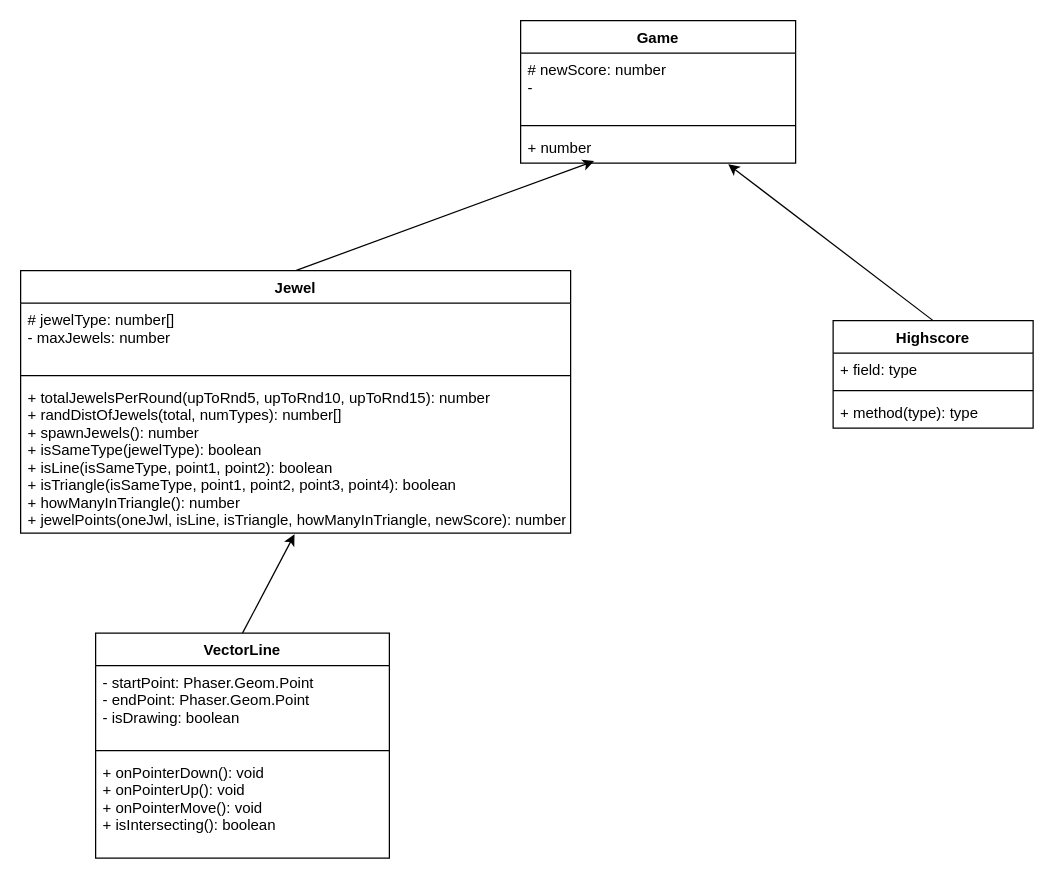
Earlier version of the draw.io diagram design/class-diagram.drawio (sam-corbett/ICS4U-Final-Project-Sam). Source tidied: cells renumbered, new cells numbered last; positions are measured from the earlier drawing's top-left corner, leaving out a move shared by most shapes. Both pictures are drawn from the tidied source at 125%, with x=0, y=0 at pixel (20, 20).
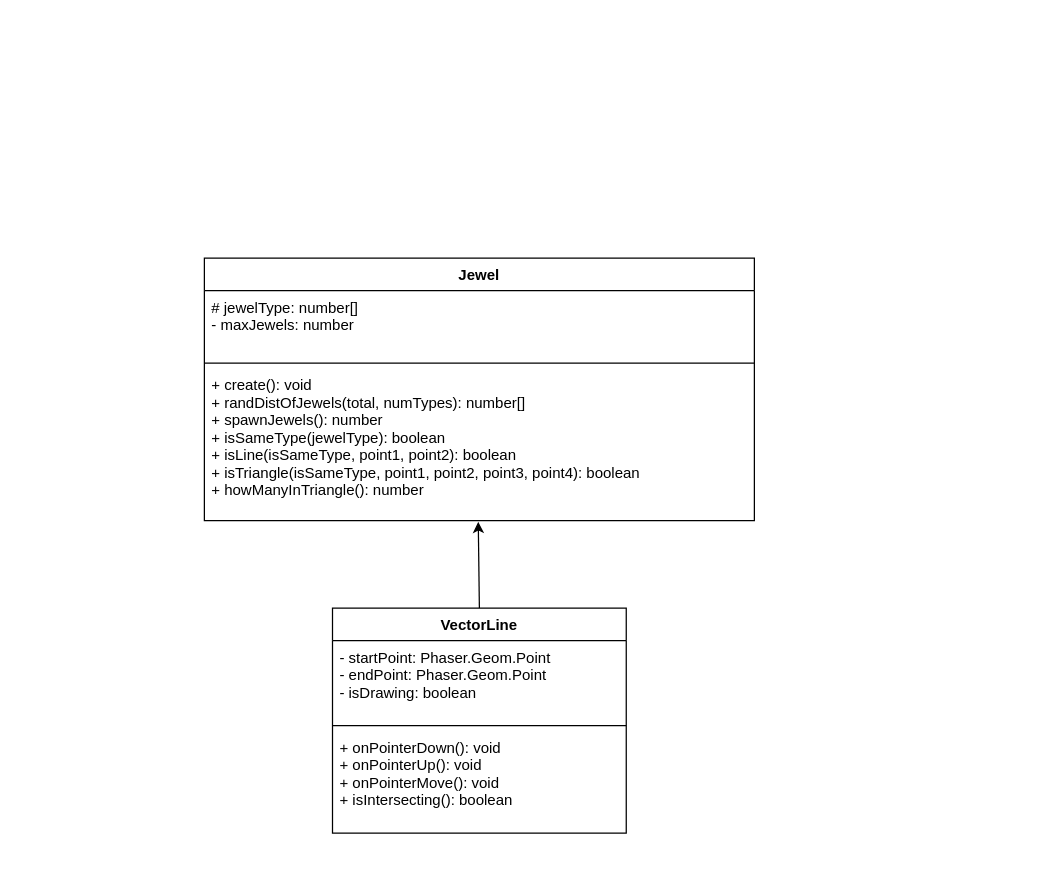
Above is the later version.

The edit, as a diff of the source:
```diff
@@
-    <mxCell id="2" style="edgeStyle=none;html=1;exitX=0.5;exitY=0;exitDx=0;exitDy=0;entryX=0.267;entryY=0.938;entryDx=0;entryDy=0;entryPerimeter=0;" parent="1" edge="1" source="3" target="10">
-      <mxGeometry relative="1" as="geometry" />
-    </mxCell>
     <mxCell id="3" value="Jewel" style="swimlane;fontStyle=1;align=center;verticalAlign=top;horizontal=1;startSize=26;" parent="1" vertex="1">
-      <mxGeometry y="200" width="440" height="210" as="geometry" />
+      <mxGeometry x="147" y="190" width="440" height="210" as="geometry" />
     </mxCell>
@@
-    <mxCell id="6" value="+ totalJewelsPerRound(upToRnd5, upToRnd10, upToRnd15): number&#10;+ randDistOfJewels(total, numTypes): number[]&#10;+ spawnJewels(): number&#10;+ isSameType(jewelType): boolean&#10;+ isLine(isSameType, point1, point2): boolean&#10;+ isTriangle(isSameType, point1, point2, point3, point4): boolean&#10;+ howManyInTriangle(): number&#10;+ jewelPoints(oneJwl, isLine, isTriangle, howManyInTriangle, newScore): number" style="text;strokeColor=none;fillColor=none;align=left;verticalAlign=top;spacingLeft=4;spacingRight=4;overflow=hidden;points=[[0,0.5],[1,0.5]];portConstraint=eastwest;" parent="3" vertex="1">
+    <mxCell id="6" value="+ create(): void&#10;+ randDistOfJewels(total, numTypes): number[]&#10;+ spawnJewels(): number&#10;+ isSameType(jewelType): boolean&#10;+ isLine(isSameType, point1, point2): boolean&#10;+ isTriangle(isSameType, point1, point2, point3, point4): boolean&#10;+ howManyInTriangle(): number" style="text;strokeColor=none;fillColor=none;align=left;verticalAlign=top;spacingLeft=4;spacingRight=4;overflow=hidden;points=[[0,0.5],[1,0.5]];portConstraint=eastwest;" parent="3" vertex="1">
       <mxGeometry y="88" width="440" height="122" as="geometry" />
     </mxCell>
-    <mxCell id="7" value="Game" style="swimlane;fontStyle=1;align=center;verticalAlign=top;horizontal=1;startSize=26;" parent="1" vertex="1">
-      <mxGeometry x="400" width="220" height="114" as="geometry" />
-    </mxCell>
-    <mxCell id="8" value="# newScore: number&#10;-" style="text;strokeColor=none;fillColor=none;align=left;verticalAlign=top;spacingLeft=4;spacingRight=4;overflow=hidden;" parent="7" vertex="1">
-      <mxGeometry y="26" width="220" height="54" as="geometry" />
-    </mxCell>
-    <mxCell id="9" style="line;strokeWidth=1;fillColor=none;align=left;verticalAlign=middle;spacingTop=-1;spacingLeft=3;spacingRight=3;labelPosition=right;strokeColor=inherit;" parent="7" vertex="1">
-      <mxGeometry y="80" width="220" height="8" as="geometry" />
-    </mxCell>
-    <mxCell id="10" value="+ number" style="text;strokeColor=none;fillColor=none;align=left;verticalAlign=top;spacingLeft=4;spacingRight=4;overflow=hidden;points=[[0,0.5],[1,0.5]];portConstraint=eastwest;" parent="7" vertex="1">
-      <mxGeometry y="88" width="220" height="26" as="geometry" />
-    </mxCell>
-    <mxCell id="11" style="edgeStyle=none;html=1;exitX=0.5;exitY=0;exitDx=0;exitDy=0;entryX=0.755;entryY=1.038;entryDx=0;entryDy=0;entryPerimeter=0;" parent="1" edge="1" source="12" target="10">
-      <mxGeometry relative="1" as="geometry" />
-    </mxCell>
-    <mxCell id="12" value="Highscore" style="swimlane;fontStyle=1;align=center;verticalAlign=top;horizontal=1;startSize=26;" parent="1" vertex="1">
-      <mxGeometry x="650" y="240" width="160" height="86" as="geometry" />
-    </mxCell>
-    <mxCell id="13" value="+ field: type" style="text;strokeColor=none;fillColor=none;align=left;verticalAlign=top;spacingLeft=4;spacingRight=4;overflow=hidden;" parent="12" vertex="1">
-      <mxGeometry y="26" width="160" height="26" as="geometry" />
-    </mxCell>
-    <mxCell id="14" style="line;strokeWidth=1;fillColor=none;align=left;verticalAlign=middle;spacingTop=-1;spacingLeft=3;spacingRight=3;labelPosition=right;strokeColor=inherit;" parent="12" vertex="1">
-      <mxGeometry y="52" width="160" height="8" as="geometry" />
-    </mxCell>
-    <mxCell id="15" value="+ method(type): type" style="text;strokeColor=none;fillColor=none;align=left;verticalAlign=top;spacingLeft=4;spacingRight=4;overflow=hidden;" parent="12" vertex="1">
-      <mxGeometry y="60" width="160" height="26" as="geometry" />
-    </mxCell>
@@
     <mxCell id="17" value="VectorLine" style="swimlane;fontStyle=1;align=center;verticalAlign=top;horizontal=1;startSize=26;" parent="1" vertex="1">
-      <mxGeometry x="60" y="490" width="235" height="180" as="geometry" />
+      <mxGeometry x="249.5" y="470" width="235" height="180" as="geometry" />
     </mxCell>
```
